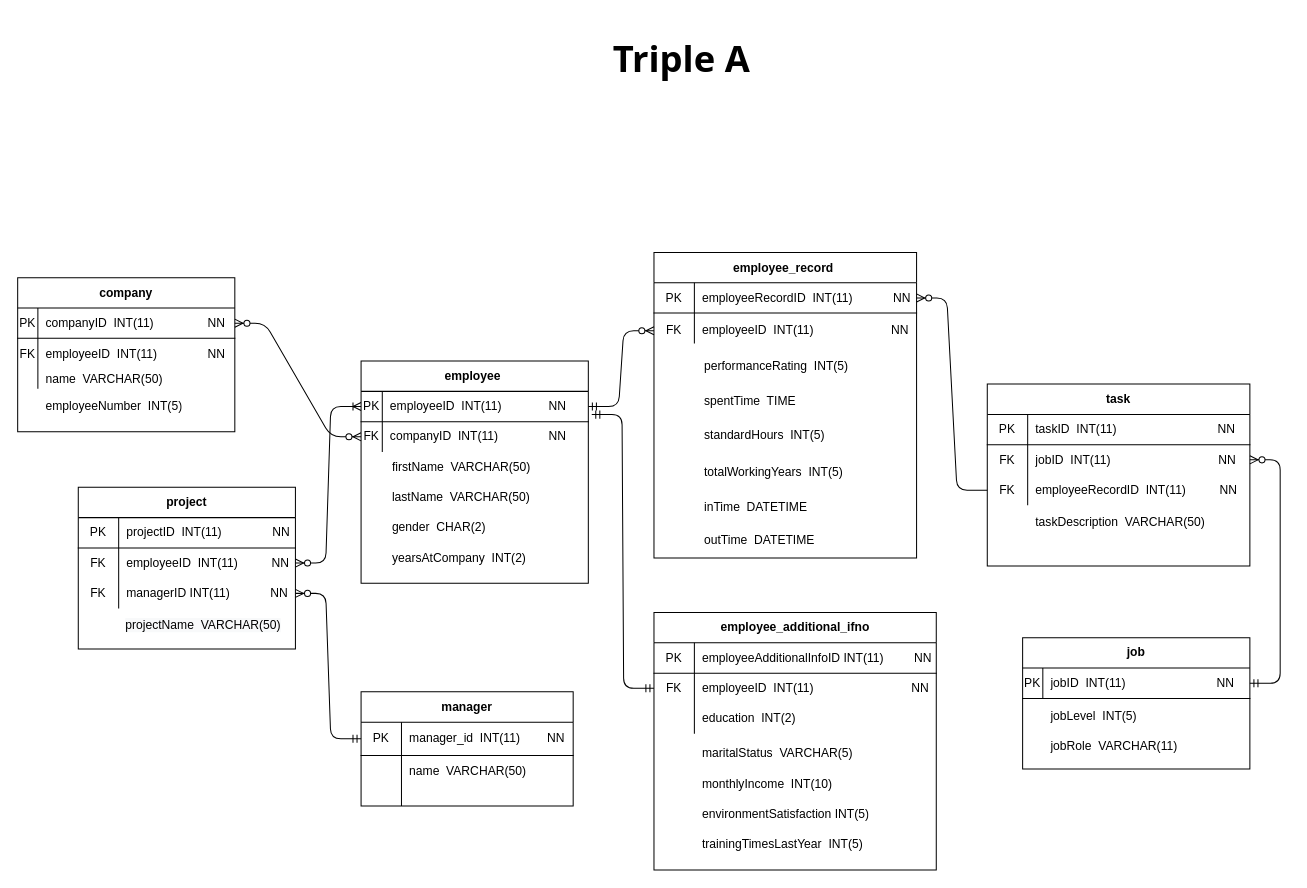
s3rikbaeva/Activ-monitoring keeps this draw.io diagram as docs/ActivMonitoringClass.drawio. Above is the earlier version. Source tidied: cells renumbered, new cells numbered last; positions are measured from the earlier drawing's top-left corner, leaving out a move shared by most shapes. Both pictures are drawn from the tidied source at 101%, with x=0, y=0 at pixel (17, 17).
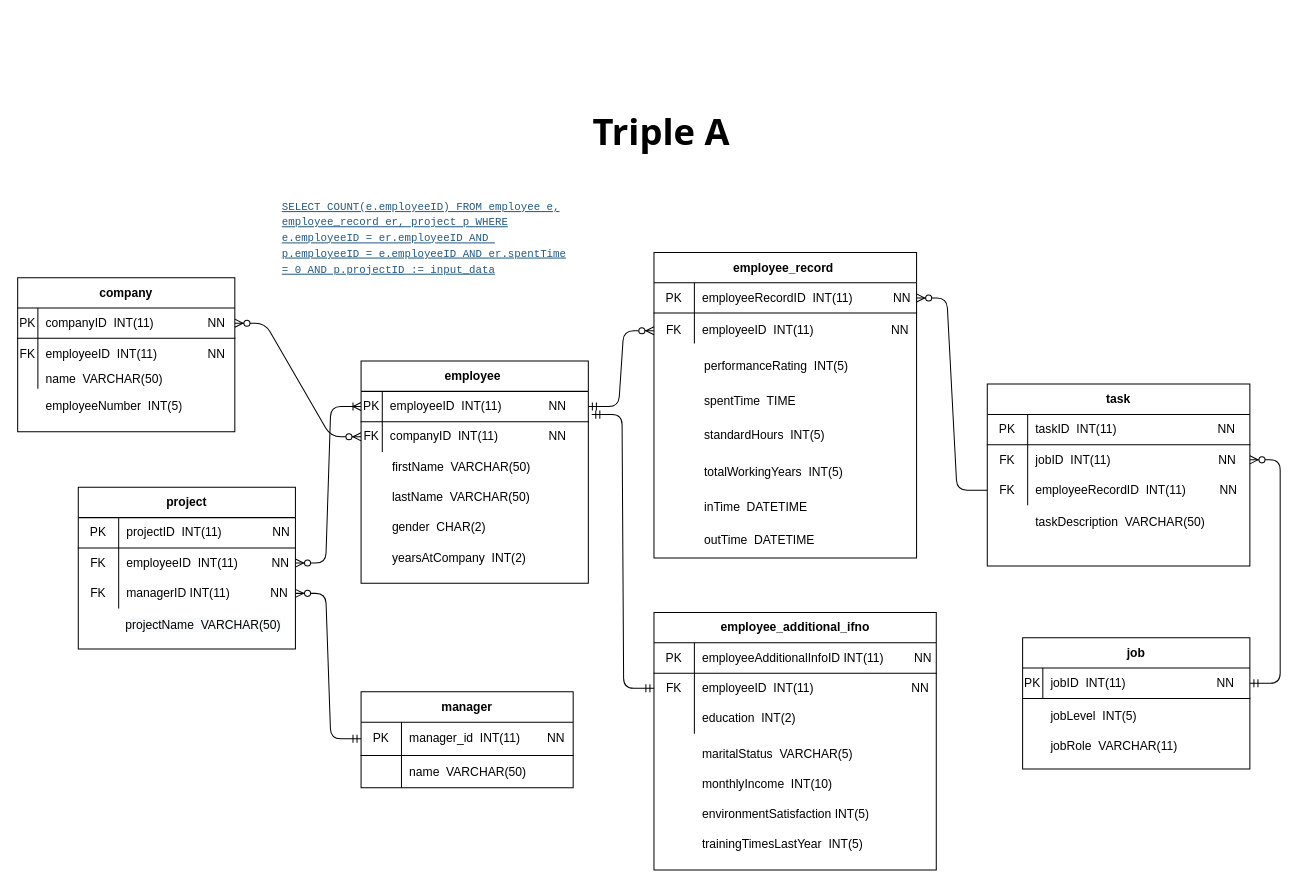
After the change.

What changed in the source:
```diff
@@
     <mxCell id="40" value="&lt;h3&gt;&lt;font style=&quot;font-size: 36px&quot; face=&quot;Tahoma&quot;&gt;Triple A&lt;/font&gt;&lt;/h3&gt;" style="text;html=1;strokeColor=none;fillColor=none;align=center;verticalAlign=middle;whiteSpace=wrap;rounded=0;rotation=0;" parent="1" vertex="1">
-      <mxGeometry x="550" width="215" height="80" as="geometry" />
+      <mxGeometry x="530" y="72.5" width="215" height="80" as="geometry" />
     </mxCell>
@@
     <mxCell id="51" value="manager" style="shape=table;html=1;whiteSpace=wrap;startSize=30;childLayout=tableLayout;rowLines=0;fontStyle=1;align=center;" parent="1" vertex="1">
-      <mxGeometry x="340" y="667.5" width="210" height="113" as="geometry" />
+      <mxGeometry x="340" y="667.5" width="210" height="95" as="geometry" />
     </mxCell>
@@
     <mxCell id="55" style="shape=partialRectangle;html=1;whiteSpace=wrap;fillColor=none;top=0;left=0;bottom=0;right=0;" parent="51" vertex="1">
-      <mxGeometry y="63" width="210" height="30" as="geometry" />
+      <mxGeometry y="63" width="210" height="32" as="geometry" />
     </mxCell>
     <mxCell id="56" style="shape=partialRectangle;html=1;whiteSpace=wrap;fillColor=none;top=0;left=0;bottom=0;right=0;overflow=hidden;" parent="55" vertex="1">
-      <mxGeometry width="40" height="30" as="geometry" />
+      <mxGeometry width="40" height="32" as="geometry" />
     </mxCell>
     <mxCell id="57" value="&lt;span&gt;name&amp;nbsp; VARCHAR(50)&lt;/span&gt;" style="shape=partialRectangle;html=1;whiteSpace=wrap;fillColor=none;top=0;left=0;bottom=0;right=0;align=left;spacingLeft=6;overflow=hidden;" parent="55" vertex="1">
-      <mxGeometry x="40" width="170" height="30" as="geometry" />
+      <mxGeometry x="40" width="170" height="32" as="geometry" />
     </mxCell>
-    <mxCell id="58" style="shape=partialRectangle;html=1;whiteSpace=wrap;fillColor=none;top=0;left=0;bottom=0;right=0;" parent="51" vertex="1">
-      <mxGeometry y="93" width="210" height="20" as="geometry" />
-    </mxCell>
-    <mxCell id="59" style="shape=partialRectangle;html=1;whiteSpace=wrap;fillColor=none;top=0;left=0;bottom=0;right=0;overflow=hidden;" parent="58" vertex="1">
-      <mxGeometry width="40" height="20" as="geometry" />
-    </mxCell>
-    <mxCell id="60" style="shape=partialRectangle;html=1;whiteSpace=wrap;fillColor=none;top=0;left=0;bottom=0;right=0;align=left;spacingLeft=6;overflow=hidden;" parent="58" vertex="1">
-      <mxGeometry x="40" width="170" height="20" as="geometry" />
-    </mxCell>
@@
+    <mxCell id="103" value="&lt;font color=&quot;#235a81&quot; face=&quot;monospace&quot;&gt;&lt;span style=&quot;font-size: 10.66px&quot;&gt;&lt;u&gt;SELECT COUNT(e.employeeID) FROM employee e, employee_record er, project p WHERE e.employeeID = er.employeeID AND&amp;nbsp; p.employeeID = e.employeeID AND er.spentTime = 0 AND p.projectID := input_data&lt;/u&gt;&lt;/span&gt;&lt;/font&gt;" style="text;whiteSpace=wrap;html=1;" parent="1" vertex="1">
+      <mxGeometry x="260" y="172.5" width="290" height="30" as="geometry" />
+    </mxCell>
```
